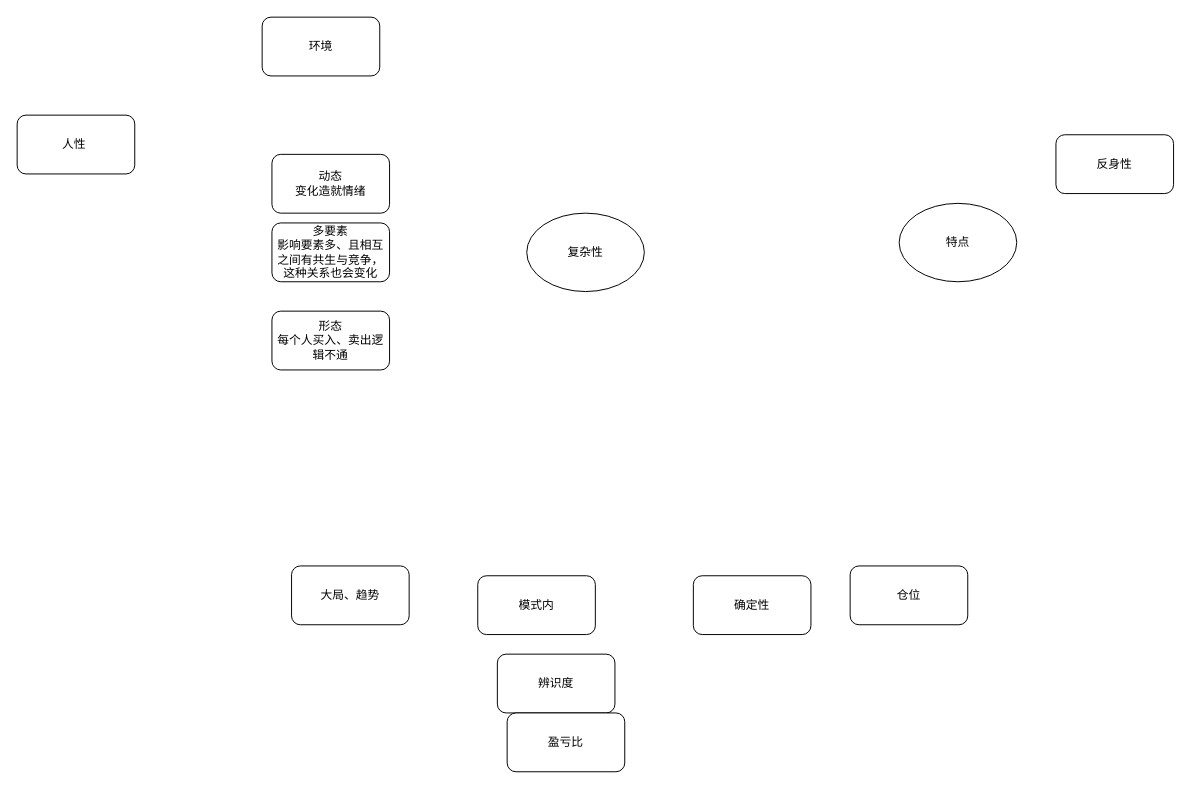
Before: menus/股市.drawio in Asamiyaa/microservice-k8s-yun, a draw.io diagram. Source tidied: cells renumbered, new cells numbered last; positions are measured from the earlier drawing's top-left corner, leaving out a move shared by most shapes. Both pictures are drawn from the tidied source at 98%, with x=0, y=0 at pixel (17, 17).
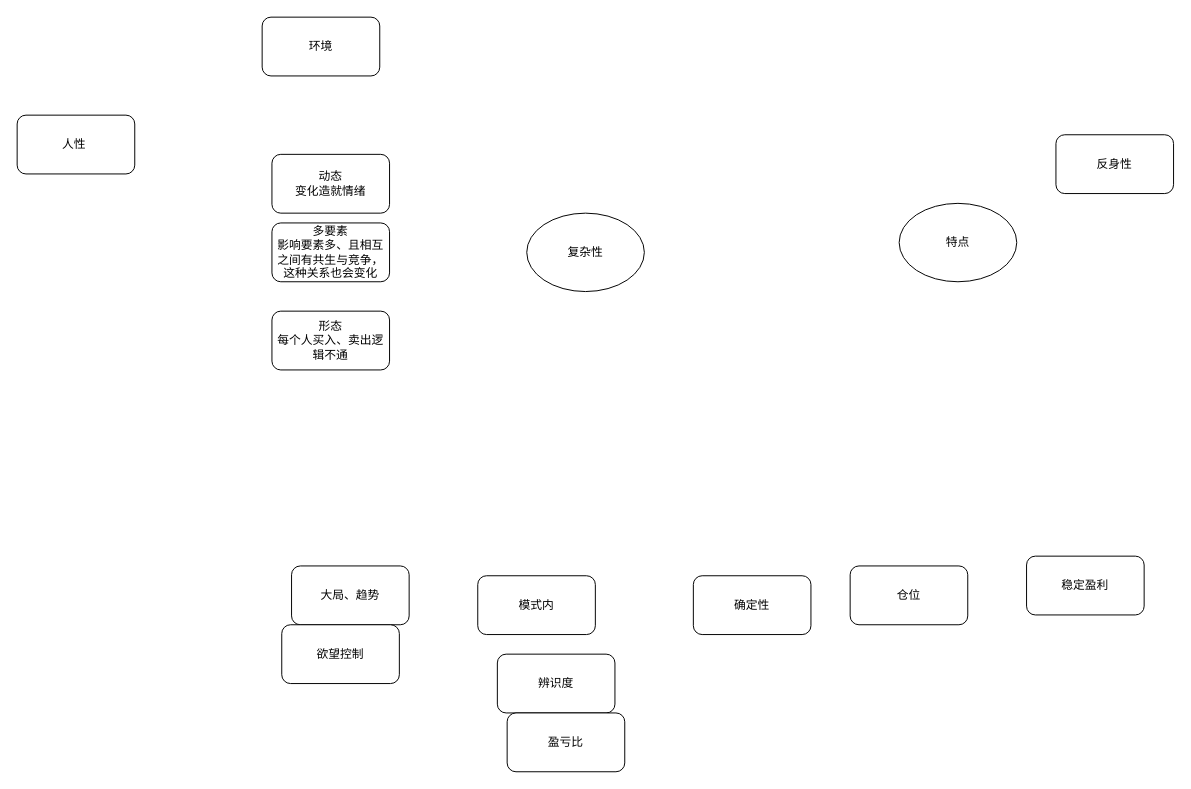
Above is the later version.

Change to the diagram source:
```diff
@@
 <mxGraphModel>
   <root>
     <mxCell id="0" />
     <mxCell id="1" parent="0" />
     <mxCell id="2" value="复杂性" style="ellipse;whiteSpace=wrap;html=1;" parent="1" vertex="1">
       <mxGeometry x="520" y="200" width="120" height="80" as="geometry" />
     </mxCell>
     <mxCell id="3" value="人性&amp;nbsp;" style="rounded=1;whiteSpace=wrap;html=1;" parent="1" vertex="1">
       <mxGeometry y="100" width="120" height="60" as="geometry" />
     </mxCell>
     <mxCell id="4" value="多要素&lt;br&gt;影响要素多、且相互之间有共生与竞争，这种关系也会变化" style="rounded=1;whiteSpace=wrap;html=1;" parent="1" vertex="1">
       <mxGeometry x="260" y="210" width="120" height="60" as="geometry" />
     </mxCell>
     <mxCell id="5" value="形态&lt;br&gt;每个人买入、卖出逻辑不通" style="rounded=1;whiteSpace=wrap;html=1;" parent="1" vertex="1">
       <mxGeometry x="260" y="300" width="120" height="60" as="geometry" />
     </mxCell>
     <mxCell id="6" value="特点" style="ellipse;whiteSpace=wrap;html=1;" parent="1" vertex="1">
       <mxGeometry x="900" y="190" width="120" height="80" as="geometry" />
     </mxCell>
     <mxCell id="7" value="反身性" style="rounded=1;whiteSpace=wrap;html=1;" parent="1" vertex="1">
       <mxGeometry x="1060" y="120" width="120" height="60" as="geometry" />
     </mxCell>
     <mxCell id="8" value="动态&lt;br&gt;变化造就情绪" style="rounded=1;whiteSpace=wrap;html=1;" parent="1" vertex="1">
       <mxGeometry x="260" y="140" width="120" height="60" as="geometry" />
     </mxCell>
     <mxCell id="9" value="环境" style="rounded=1;whiteSpace=wrap;html=1;" parent="1" vertex="1">
       <mxGeometry x="250" width="120" height="60" as="geometry" />
     </mxCell>
     <mxCell id="10" value="大局、趋势" style="rounded=1;whiteSpace=wrap;html=1;" parent="1" vertex="1">
       <mxGeometry x="280" y="560" width="120" height="60" as="geometry" />
     </mxCell>
     <mxCell id="11" value="模式内" style="rounded=1;whiteSpace=wrap;html=1;" parent="1" vertex="1">
       <mxGeometry x="470" y="570" width="120" height="60" as="geometry" />
     </mxCell>
     <mxCell id="12" value="确定性" style="rounded=1;whiteSpace=wrap;html=1;" parent="1" vertex="1">
       <mxGeometry x="690" y="570" width="120" height="60" as="geometry" />
     </mxCell>
     <mxCell id="13" value="仓位" style="rounded=1;whiteSpace=wrap;html=1;" parent="1" vertex="1">
       <mxGeometry x="850" y="560" width="120" height="60" as="geometry" />
     </mxCell>
     <mxCell id="14" value="辨识度" style="rounded=1;whiteSpace=wrap;html=1;" parent="1" vertex="1">
       <mxGeometry x="490" y="650" width="120" height="60" as="geometry" />
     </mxCell>
     <mxCell id="15" value="盈亏比" style="rounded=1;whiteSpace=wrap;html=1;" parent="1" vertex="1">
       <mxGeometry x="500" y="710" width="120" height="60" as="geometry" />
     </mxCell>
+    <mxCell id="16" value="欲望控制" style="rounded=1;whiteSpace=wrap;html=1;" parent="1" vertex="1">
+      <mxGeometry x="270" y="620" width="120" height="60" as="geometry" />
+    </mxCell>
+    <mxCell id="17" value="稳定盈利" style="rounded=1;whiteSpace=wrap;html=1;" parent="1" vertex="1">
+      <mxGeometry x="1030" y="550" width="120" height="60" as="geometry" />
+    </mxCell>
   </root>
 </mxGraphModel>
```
